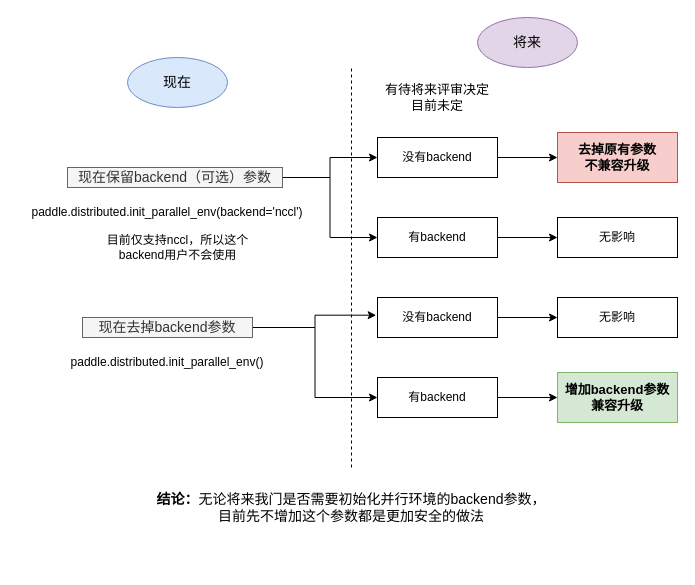
The draw.io diagram Untitled init_parallel_env.drawio in chenwhql/diagrams, before the edit. Source tidied: cells renumbered, new cells numbered last; positions are measured from the earlier drawing's top-left corner, leaving out a move shared by most shapes. Both pictures are drawn from the tidied source at 100%, with x=0, y=0 at pixel (17, 17).
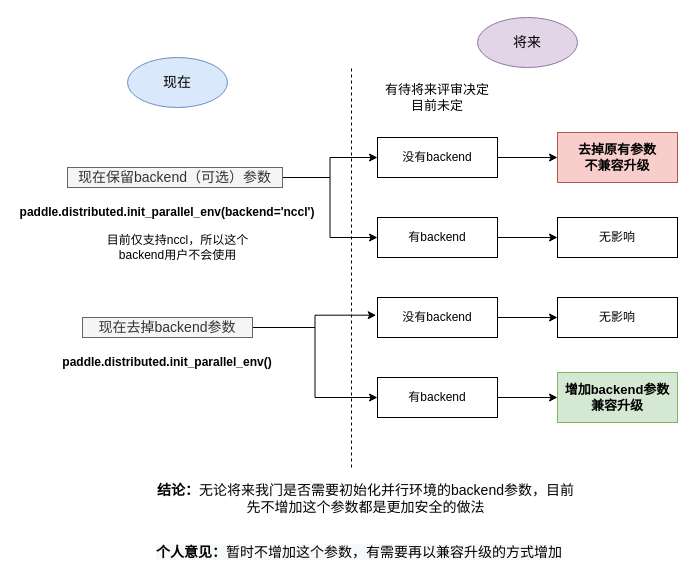
The same diagram, later.

The edit, as a diff of the source:
```diff
@@
-    <mxCell id="2" value="paddle.distributed.init_parallel_env(backend='nccl')" style="text;html=1;align=center;verticalAlign=middle;whiteSpace=wrap;rounded=0;" parent="1" vertex="1">
+    <mxCell id="2" value="&lt;b&gt;paddle.distributed.init_parallel_env(backend='nccl')&lt;/b&gt;" style="text;html=1;align=center;verticalAlign=middle;whiteSpace=wrap;rounded=0;" parent="1" vertex="1">
       <mxGeometry y="180" width="300" height="30" as="geometry" />
     </mxCell>
-    <mxCell id="3" value="paddle.distributed.init_parallel_env()" style="text;html=1;align=center;verticalAlign=middle;whiteSpace=wrap;rounded=0;" parent="1" vertex="1">
+    <mxCell id="3" value="&lt;b&gt;paddle.distributed.init_parallel_env()&lt;/b&gt;" style="text;html=1;align=center;verticalAlign=middle;whiteSpace=wrap;rounded=0;" parent="1" vertex="1">
       <mxGeometry x="30" y="330" width="240" height="30" as="geometry" />
     </mxCell>
@@
-    <mxCell id="26" value="&lt;b&gt;结论：&lt;/b&gt;无论将来我门是否需要初始化并行环境的backend参数，目前先不增加这个参数都是更加安全的做法" style="text;html=1;strokeColor=none;fillColor=none;align=center;verticalAlign=middle;whiteSpace=wrap;rounded=0;fontSize=14;" parent="1" vertex="1">
-      <mxGeometry x="137" y="465" width="394" height="50" as="geometry" />
+    <mxCell id="26" value="&lt;b&gt;结论：&lt;/b&gt;无论将来我门是否需要初始化并行环境的backend参数，目前先不增加这个参数都是更加安全的做法&lt;br&gt;&lt;br&gt;" style="text;html=1;strokeColor=none;fillColor=none;align=center;verticalAlign=middle;whiteSpace=wrap;rounded=0;fontSize=14;" parent="1" vertex="1">
+      <mxGeometry x="137" y="465" width="423" height="50" as="geometry" />
     </mxCell>
@@
+    <mxCell id="28" value="&lt;span style=&quot;color: rgb(0 , 0 , 0) ; font-family: &amp;#34;helvetica&amp;#34; ; font-size: 14px ; font-style: normal ; letter-spacing: normal ; text-align: center ; text-indent: 0px ; text-transform: none ; word-spacing: 0px ; background-color: rgb(248 , 249 , 250) ; display: inline ; float: none&quot;&gt;&lt;b&gt;个人意见：&lt;/b&gt;&lt;/span&gt;&lt;span style=&quot;color: rgb(0 , 0 , 0) ; font-family: &amp;#34;helvetica&amp;#34; ; font-size: 14px ; font-style: normal ; font-weight: 400 ; letter-spacing: normal ; text-align: center ; text-indent: 0px ; text-transform: none ; word-spacing: 0px ; background-color: rgb(248 , 249 , 250) ; display: inline ; float: none&quot;&gt;暂时不增加这个参数，有需要再以兼容升级的方式增加&lt;/span&gt;" style="text;whiteSpace=wrap;html=1;fontSize=12;" parent="1" vertex="1">
+      <mxGeometry x="137" y="520" width="430" height="30" as="geometry" />
+    </mxCell>
```
